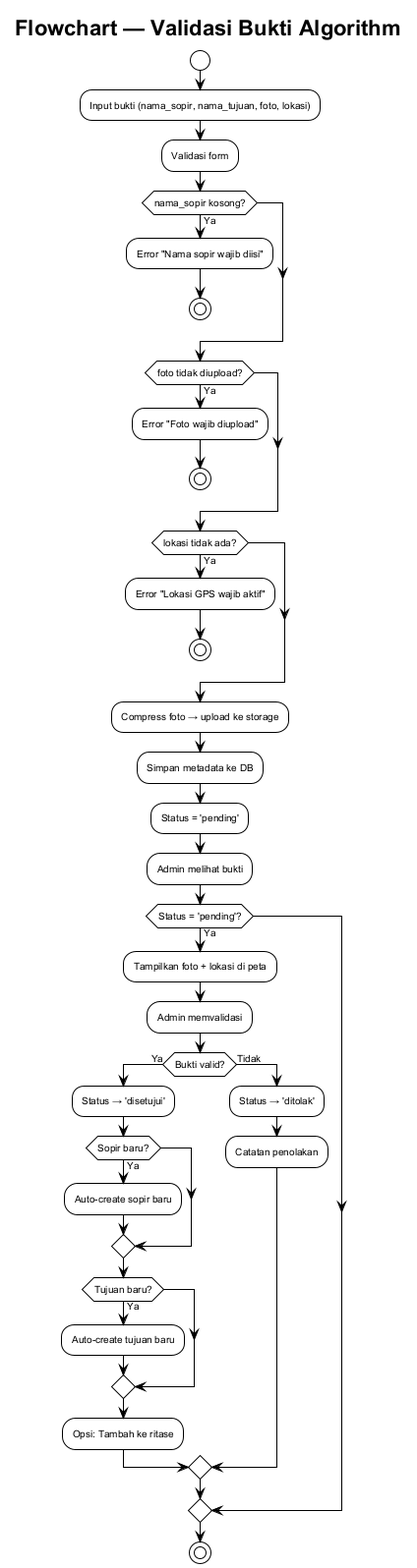
The PlantUML diagram diagrams/flowchart/flowchart-validasi-bukti.png in riandafatur28/sidigas-gaji-sopir-truck, before a commit. Source of this version:
```plantuml
@startuml flowchart-validasi-bukti
!theme plain
skinparam backgroundColor #ffffff
skinparam defaultFontSize 10
skinparam defaultFontName Arial

title Flowchart — Validasi Bukti Algorithm

start

:Input bukti (nama_sopir, nama_tujuan, foto, lokasi);

:Validasi form;
if (nama_sopir kosong?) then (Ya)
  :Error "Nama sopir wajib diisi";
  stop
endif
if (foto tidak diupload?) then (Ya)
  :Error "Foto wajib diupload";
  stop
endif
if (lokasi tidak ada?) then (Ya)
  :Error "Lokasi GPS wajib aktif";
  stop
endif

:Compress foto → upload ke storage;
:Simpan metadata ke DB;
:Status = 'pending';


:Admin melihat bukti;
if (Status = 'pending'?) then (Ya)
  :Tampilkan foto + lokasi di peta;
  :Admin memvalidasi;
  if (Bukti valid?) then (Ya)
    :Status → 'disetujui';
    if (Sopir baru?) then (Ya)
      :Auto-create sopir baru;
    endif
    if (Tujuan baru?) then (Ya)
      :Auto-create tujuan baru;
    endif
    :Opsi: Tambah ke ritase;
  else (Tidak)
    :Status → 'ditolak';
    :Catatan penolakan;
  endif
endif

stop

@enduml
```
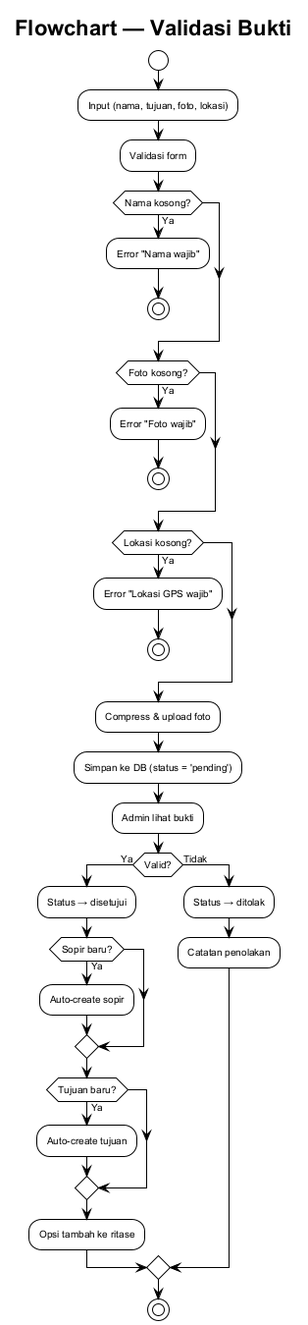
After the change.

What changed in the source:
```diff
@@ -4,50 +4,42 @@
 skinparam defaultFontSize 10
 skinparam defaultFontName Arial
 
-title Flowchart — Validasi Bukti Algorithm
+title Flowchart — Validasi Bukti
 
 start
+:Input (nama, tujuan, foto, lokasi);
+:Validasi form;
 
-:Input bukti (nama_sopir, nama_tujuan, foto, lokasi);
-
-:Validasi form;
-if (nama_sopir kosong?) then (Ya)
-  :Error "Nama sopir wajib diisi";
+if (Nama kosong?) then (Ya)
+  :Error "Nama wajib";
   stop
 endif
-if (foto tidak diupload?) then (Ya)
-  :Error "Foto wajib diupload";
+if (Foto kosong?) then (Ya)
+  :Error "Foto wajib";
   stop
 endif
-if (lokasi tidak ada?) then (Ya)
-  :Error "Lokasi GPS wajib aktif";
+if (Lokasi kosong?) then (Ya)
+  :Error "Lokasi GPS wajib";
   stop
 endif
 
-:Compress foto → upload ke storage;
-:Simpan metadata ke DB;
-:Status = 'pending';
+:Compress & upload foto;
+:Simpan ke DB (status = 'pending');
 
-
-:Admin melihat bukti;
-if (Status = 'pending'?) then (Ya)
-  :Tampilkan foto + lokasi di peta;
-  :Admin memvalidasi;
-  if (Bukti valid?) then (Ya)
-    :Status → 'disetujui';
-    if (Sopir baru?) then (Ya)
-      :Auto-create sopir baru;
-    endif
-    if (Tujuan baru?) then (Ya)
-      :Auto-create tujuan baru;
-    endif
-    :Opsi: Tambah ke ritase;
-  else (Tidak)
-    :Status → 'ditolak';
-    :Catatan penolakan;
+:Admin lihat bukti;
+if (Valid?) then (Ya)
+  :Status → disetujui;
+  if (Sopir baru?) then (Ya)
+    :Auto-create sopir;
   endif
+  if (Tujuan baru?) then (Ya)
+    :Auto-create tujuan;
+  endif
+  :Opsi tambah ke ritase;
+else (Tidak)
+  :Status → ditolak;
+  :Catatan penolakan;
 endif
-
 stop
 
 @enduml
```
